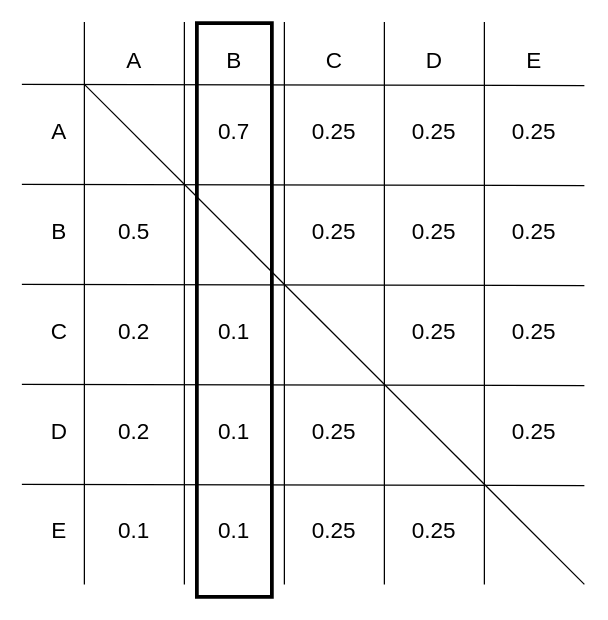
Before: page "第 2 页" (2 of 3) of Images/04-注意力機制.drawio in vomit21100/LLM_Notes, a draw.io diagram. Source tidied: cells renumbered, new cells numbered last; positions are measured from the earlier drawing's top-left corner, leaving out a move shared by most shapes. Both pictures are drawn from the tidied source at 125%, with x=0, y=0 at pixel (21, 21).
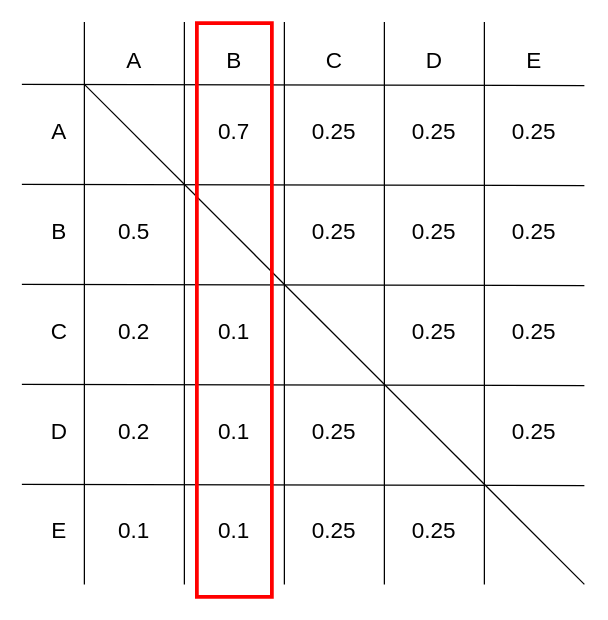
After the change.

Diff of the diagram source:
```diff
@@
-    <mxCell id="43" style="rounded=0;whiteSpace=wrap;html=1;strokeColor=light-dark(#000000,#FF0000);fillColor=none;strokeWidth=3;" parent="1" vertex="1">
+    <mxCell id="43" style="rounded=0;whiteSpace=wrap;html=1;strokeColor=light-dark(#FF0000,#FF0000);fillColor=none;strokeWidth=3;" parent="1" vertex="1">
       <mxGeometry x="140" y="1" width="60" height="459" as="geometry" />
     </mxCell>
```
